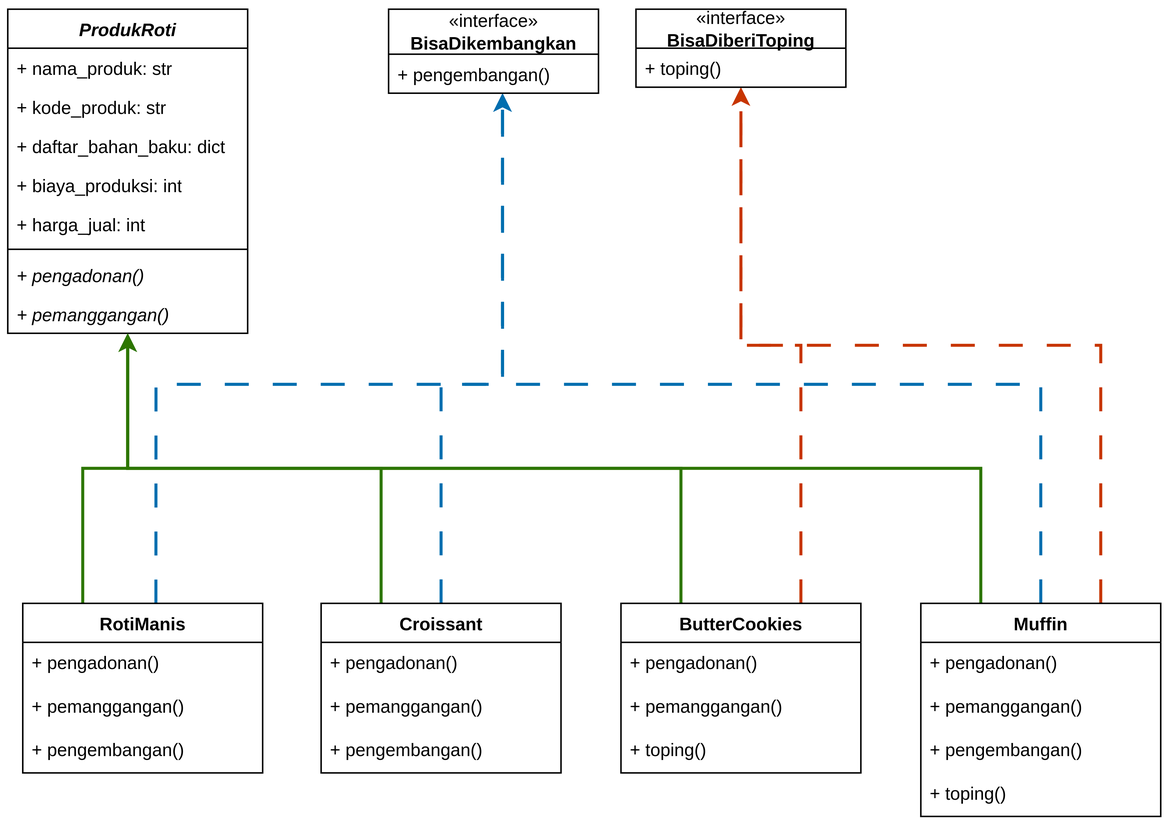
This is media/Diagram_Class.drawio.svg from Dachenxi/UAS-B-Kelompok-6, a draw.io export, as it was before one commit. Source tidied: cells renumbered, new cells last; positions are measured from the earlier drawing's top-left corner, leaving out a move shared by most shapes.
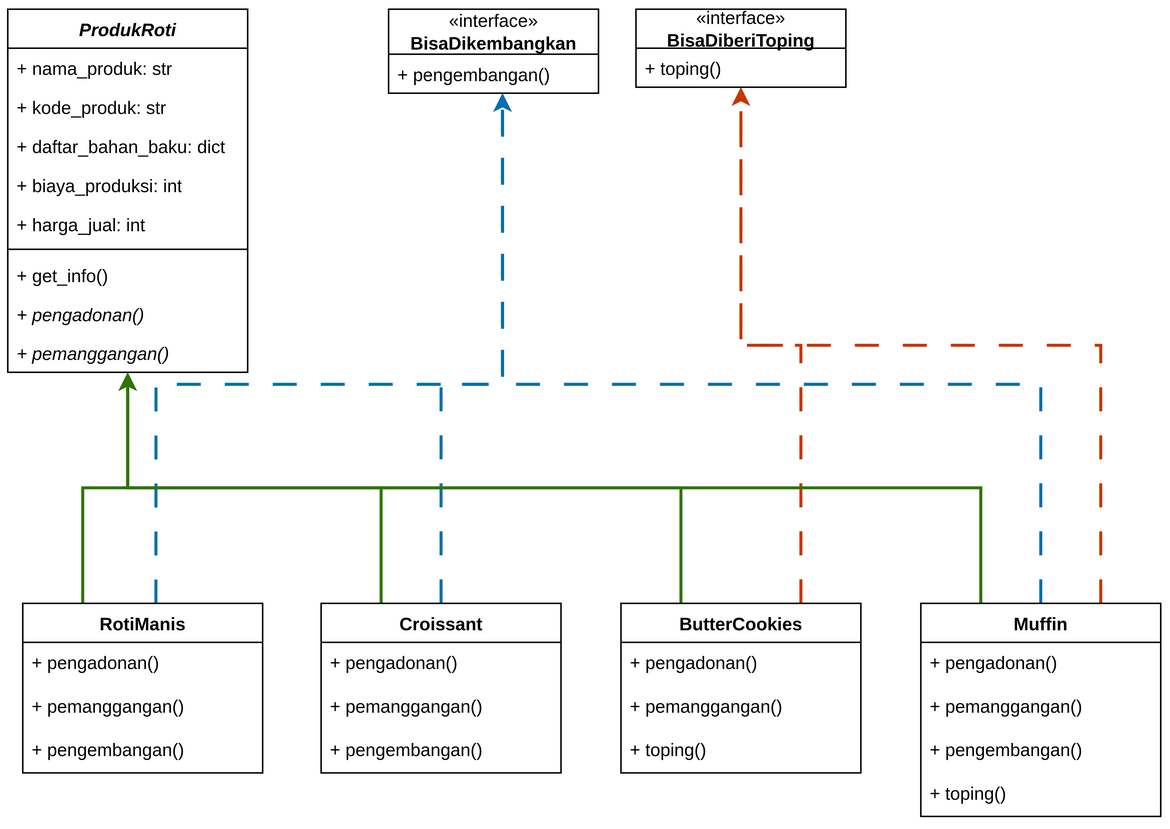
The same diagram one commit later.

Change to the diagram source:
```diff
@@ -3,7 +3,7 @@
     <mxCell id="0" />
     <mxCell id="1" parent="0" />
     <mxCell id="2" value="&lt;i&gt;ProdukRoti&lt;/i&gt;" style="swimlane;fontStyle=1;align=center;verticalAlign=top;horizontal=1;startSize=26;whiteSpace=wrap;html=1;" parent="1" vertex="1">
-      <mxGeometry width="160" height="216" as="geometry" />
+      <mxGeometry width="160" height="242" as="geometry" />
     </mxCell>
     <mxCell id="3" value="+ nama_produk: str" style="text;strokeColor=none;fillColor=none;align=left;verticalAlign=top;spacingLeft=4;spacingRight=4;overflow=hidden;whiteSpace=wrap;html=1;" parent="2" vertex="1">
       <mxGeometry y="26" width="160" height="26" as="geometry" />
@@ -23,11 +23,14 @@
     <mxCell id="8" style="line;strokeWidth=1;fillColor=none;align=left;verticalAlign=middle;spacingTop=-1;spacingLeft=3;spacingRight=3;labelPosition=right;strokeColor=inherit;" parent="2" vertex="1">
       <mxGeometry y="156" width="160" height="8" as="geometry" />
     </mxCell>
+    <mxCell id="41" value="+ get_info()" style="text;strokeColor=none;fillColor=none;align=left;verticalAlign=top;spacingLeft=4;spacingRight=4;overflow=hidden;whiteSpace=wrap;html=1;" parent="2" vertex="1">
+      <mxGeometry y="164" width="160" height="26" as="geometry" />
+    </mxCell>
     <mxCell id="9" value="&lt;i&gt;+ pengadonan()&lt;/i&gt;" style="text;strokeColor=none;fillColor=none;align=left;verticalAlign=top;spacingLeft=4;spacingRight=4;overflow=hidden;whiteSpace=wrap;html=1;" parent="2" vertex="1">
-      <mxGeometry y="164" width="160" height="26" as="geometry" />
+      <mxGeometry y="190" width="160" height="26" as="geometry" />
     </mxCell>
     <mxCell id="10" value="&lt;i&gt;+ pemanggangan()&lt;/i&gt;" style="text;strokeColor=none;fillColor=none;align=left;verticalAlign=top;spacingLeft=4;spacingRight=4;overflow=hidden;whiteSpace=wrap;html=1;" parent="2" vertex="1">
-      <mxGeometry y="190" width="160" height="26" as="geometry" />
+      <mxGeometry y="216" width="160" height="26" as="geometry" />
     </mxCell>
     <mxCell id="11" style="edgeStyle=orthogonalEdgeStyle;rounded=0;jettySize=auto;html=1;exitX=0.25;exitY=0;exitDx=0;exitDy=0;fillColor=#60a917;strokeColor=#2D7600;strokeWidth=2;align=center;verticalAlign=middle;fontFamily=Helvetica;fontSize=11;fontColor=default;labelBackgroundColor=default;endArrow=classic;" parent="1" edge="1" source="13" target="2">
       <mxGeometry relative="1" as="geometry" />
```
